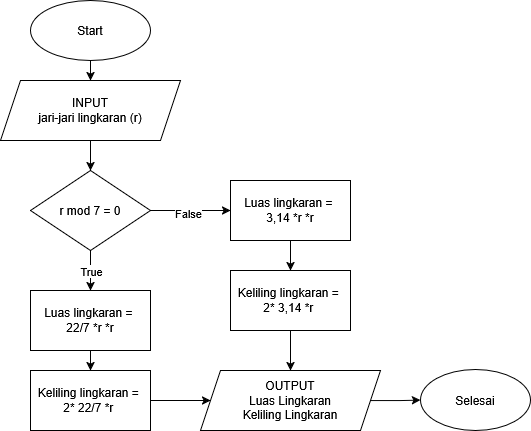
delkafriyo/b9_w1_basic_algotithm keeps this draw.io diagram as minitask-algoritma-4.drawio.png. Above is the earlier version. Source tidied: cells renumbered, new cells last; positions are measured from the earlier drawing's top-left corner, leaving out a move shared by most shapes. Its diagram source:
```xml
<mxGraphModel>
  <root>
    <mxCell id="0" />
    <mxCell id="1" parent="0" />
    <mxCell id="2" style="edgeStyle=orthogonalEdgeStyle;rounded=0;jettySize=auto;html=1;" parent="1" edge="1" source="3" target="5">
      <mxGeometry relative="1" as="geometry" />
    </mxCell>
    <mxCell id="3" value="Start" style="ellipse;whiteSpace=wrap;html=1;" parent="1" vertex="1">
      <mxGeometry x="30" width="120" height="60" as="geometry" />
    </mxCell>
    <mxCell id="4" style="edgeStyle=orthogonalEdgeStyle;rounded=0;jettySize=auto;html=1;" parent="1" edge="1" source="5">
      <mxGeometry relative="1" as="geometry">
        <mxPoint x="90" y="170" as="targetPoint" />
      </mxGeometry>
    </mxCell>
    <mxCell id="5" value="&lt;div&gt;INPUT&lt;/div&gt;&lt;div&gt;jari-jari lingkaran (r)&lt;/div&gt;" style="shape=parallelogram;perimeter=parallelogramPerimeter;whiteSpace=wrap;html=1;fixedSize=1;" parent="1" vertex="1">
      <mxGeometry y="80" width="180" height="60" as="geometry" />
    </mxCell>
    <mxCell id="6" style="edgeStyle=orthogonalEdgeStyle;rounded=0;jettySize=auto;html=1;" parent="1" edge="1" source="10" target="12">
      <mxGeometry relative="1" as="geometry" />
    </mxCell>
    <mxCell id="7" value="True" style="edgeLabel;html=1;align=center;verticalAlign=middle;" parent="6" vertex="1">
      <mxGeometry relative="1" as="geometry" />
    </mxCell>
    <mxCell id="8" style="edgeStyle=orthogonalEdgeStyle;rounded=0;jettySize=auto;html=1;" parent="1" edge="1" source="10" target="14">
      <mxGeometry relative="1" as="geometry" />
    </mxCell>
    <mxCell id="9" value="False" style="edgeLabel;html=1;align=center;verticalAlign=middle;" parent="8" vertex="1">
      <mxGeometry x="-0.07" y="-2" relative="1" as="geometry" />
    </mxCell>
    <mxCell id="10" value="r mod 7 = 0" style="rhombus;whiteSpace=wrap;html=1;" parent="1" vertex="1">
      <mxGeometry x="30" y="170" width="120" height="80" as="geometry" />
    </mxCell>
    <mxCell id="11" style="edgeStyle=orthogonalEdgeStyle;rounded=0;jettySize=auto;html=1;" parent="1" edge="1" source="12" target="16">
      <mxGeometry relative="1" as="geometry" />
    </mxCell>
    <mxCell id="12" value="&lt;div&gt;Luas lingkaran =&amp;nbsp;&lt;/div&gt;&lt;div&gt;22/7 *r *r&lt;/div&gt;" style="rounded=0;whiteSpace=wrap;html=1;" parent="1" vertex="1">
      <mxGeometry x="30" y="290" width="120" height="60" as="geometry" />
    </mxCell>
    <mxCell id="13" style="edgeStyle=orthogonalEdgeStyle;rounded=0;jettySize=auto;html=1;" parent="1" edge="1" source="14" target="18">
      <mxGeometry relative="1" as="geometry" />
    </mxCell>
    <mxCell id="14" value="&lt;div&gt;Luas lingkaran =&amp;nbsp;&lt;/div&gt;&lt;div&gt;3,14 *r *r&lt;/div&gt;" style="whiteSpace=wrap;html=1;" parent="1" vertex="1">
      <mxGeometry x="230" y="180" width="120" height="60" as="geometry" />
    </mxCell>
    <mxCell id="15" style="edgeStyle=orthogonalEdgeStyle;rounded=0;jettySize=auto;html=1;" parent="1" edge="1" source="16" target="20">
      <mxGeometry relative="1" as="geometry" />
    </mxCell>
    <mxCell id="16" value="&lt;div&gt;Keliling lingkaran =&amp;nbsp;&lt;/div&gt;&lt;div&gt;2* 22/7 *r&amp;nbsp;&lt;/div&gt;" style="rounded=0;whiteSpace=wrap;html=1;" parent="1" vertex="1">
      <mxGeometry x="30" y="370" width="120" height="60" as="geometry" />
    </mxCell>
    <mxCell id="17" style="edgeStyle=orthogonalEdgeStyle;rounded=0;jettySize=auto;html=1;" parent="1" edge="1" source="18" target="20">
      <mxGeometry relative="1" as="geometry" />
    </mxCell>
    <mxCell id="18" value="&lt;div&gt;Keliling lingkaran =&amp;nbsp;&lt;/div&gt;&lt;div&gt;2* 3,14 *r&amp;nbsp;&lt;/div&gt;" style="rounded=0;whiteSpace=wrap;html=1;" parent="1" vertex="1">
      <mxGeometry x="230" y="270" width="120" height="60" as="geometry" />
    </mxCell>
    <mxCell id="19" style="edgeStyle=orthogonalEdgeStyle;rounded=0;jettySize=auto;html=1;" parent="1" edge="1" source="20" target="21">
      <mxGeometry relative="1" as="geometry" />
    </mxCell>
    <mxCell id="20" value="&lt;div&gt;OUTPUT&lt;/div&gt;&lt;div&gt;Luas Lingkaran&lt;/div&gt;&lt;div&gt;Keliling Lingkaran&lt;/div&gt;" style="shape=parallelogram;perimeter=parallelogramPerimeter;whiteSpace=wrap;html=1;fixedSize=1;" parent="1" vertex="1">
      <mxGeometry x="200" y="370" width="180" height="60" as="geometry" />
    </mxCell>
    <mxCell id="21" value="Selesai" style="ellipse;whiteSpace=wrap;html=1;" parent="1" vertex="1">
      <mxGeometry x="420" y="369" width="110" height="61" as="geometry" />
    </mxCell>
  </root>
</mxGraphModel>
```
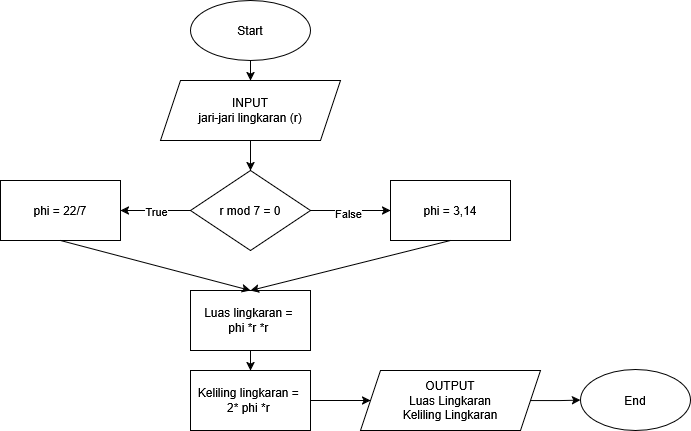
The same diagram one commit later.

Commit message:
minitask-algoritma-4

Change to the diagram source:
```diff
@@ -31,29 +31,25 @@
     <mxCell id="10" value="r mod 7 = 0" style="rhombus;whiteSpace=wrap;html=1;" parent="1" vertex="1">
       <mxGeometry x="30" y="170" width="120" height="80" as="geometry" />
     </mxCell>
-    <mxCell id="11" style="edgeStyle=orthogonalEdgeStyle;rounded=0;jettySize=auto;html=1;" parent="1" edge="1" source="12" target="16">
-      <mxGeometry relative="1" as="geometry" />
-    </mxCell>
-    <mxCell id="12" value="&lt;div&gt;Luas lingkaran =&amp;nbsp;&lt;/div&gt;&lt;div&gt;22/7 *r *r&lt;/div&gt;" style="rounded=0;whiteSpace=wrap;html=1;" parent="1" vertex="1">
-      <mxGeometry x="30" y="290" width="120" height="60" as="geometry" />
+    <mxCell id="12" value="phi = 22/7" style="rounded=0;whiteSpace=wrap;html=1;" parent="1" vertex="1">
+      <mxGeometry x="-160" y="180" width="120" height="60" as="geometry" />
     </mxCell>
-    <mxCell id="13" style="edgeStyle=orthogonalEdgeStyle;rounded=0;jettySize=auto;html=1;" parent="1" edge="1" source="14" target="18">
-      <mxGeometry relative="1" as="geometry" />
-    </mxCell>
-    <mxCell id="14" value="&lt;div&gt;Luas lingkaran =&amp;nbsp;&lt;/div&gt;&lt;div&gt;3,14 *r *r&lt;/div&gt;" style="whiteSpace=wrap;html=1;" parent="1" vertex="1">
+    <mxCell id="14" value="phi = 3,14" style="whiteSpace=wrap;html=1;" parent="1" vertex="1">
       <mxGeometry x="230" y="180" width="120" height="60" as="geometry" />
     </mxCell>
     <mxCell id="15" style="edgeStyle=orthogonalEdgeStyle;rounded=0;jettySize=auto;html=1;" parent="1" edge="1" source="16" target="20">
       <mxGeometry relative="1" as="geometry" />
     </mxCell>
-    <mxCell id="16" value="&lt;div&gt;Keliling lingkaran =&amp;nbsp;&lt;/div&gt;&lt;div&gt;2* 22/7 *r&amp;nbsp;&lt;/div&gt;" style="rounded=0;whiteSpace=wrap;html=1;" parent="1" vertex="1">
+    <mxCell id="16" value="&lt;div&gt;Keliling lingkaran =&amp;nbsp;&lt;/div&gt;&lt;div&gt;2* phi *r&amp;nbsp;&lt;/div&gt;" style="rounded=0;whiteSpace=wrap;html=1;" parent="1" vertex="1">
       <mxGeometry x="30" y="370" width="120" height="60" as="geometry" />
     </mxCell>
-    <mxCell id="17" style="edgeStyle=orthogonalEdgeStyle;rounded=0;jettySize=auto;html=1;" parent="1" edge="1" source="18" target="20">
-      <mxGeometry relative="1" as="geometry" />
+    <mxCell id="17" style="edgeStyle=orthogonalEdgeStyle;rounded=0;jettySize=auto;html=1;exitX=0.5;exitY=1;exitDx=0;exitDy=0;" parent="1" edge="1" source="18">
+      <mxGeometry relative="1" as="geometry">
+        <mxPoint x="90" y="370" as="targetPoint" />
+      </mxGeometry>
     </mxCell>
-    <mxCell id="18" value="&lt;div&gt;Keliling lingkaran =&amp;nbsp;&lt;/div&gt;&lt;div&gt;2* 3,14 *r&amp;nbsp;&lt;/div&gt;" style="rounded=0;whiteSpace=wrap;html=1;" parent="1" vertex="1">
-      <mxGeometry x="230" y="270" width="120" height="60" as="geometry" />
+    <mxCell id="18" value="&lt;div&gt;Luas lingkaran =&amp;nbsp;&lt;/div&gt;&lt;div&gt;phi *r *r&amp;nbsp;&lt;/div&gt;" style="rounded=0;whiteSpace=wrap;html=1;" parent="1" vertex="1">
+      <mxGeometry x="30" y="290" width="120" height="60" as="geometry" />
     </mxCell>
     <mxCell id="19" style="edgeStyle=orthogonalEdgeStyle;rounded=0;jettySize=auto;html=1;" parent="1" edge="1" source="20" target="21">
       <mxGeometry relative="1" as="geometry" />
@@ -61,8 +57,16 @@
     <mxCell id="20" value="&lt;div&gt;OUTPUT&lt;/div&gt;&lt;div&gt;Luas Lingkaran&lt;/div&gt;&lt;div&gt;Keliling Lingkaran&lt;/div&gt;" style="shape=parallelogram;perimeter=parallelogramPerimeter;whiteSpace=wrap;html=1;fixedSize=1;" parent="1" vertex="1">
       <mxGeometry x="200" y="370" width="180" height="60" as="geometry" />
     </mxCell>
-    <mxCell id="21" value="Selesai" style="ellipse;whiteSpace=wrap;html=1;" parent="1" vertex="1">
+    <mxCell id="21" value="End" style="ellipse;whiteSpace=wrap;html=1;" parent="1" vertex="1">
       <mxGeometry x="420" y="369" width="110" height="61" as="geometry" />
     </mxCell>
+    <mxCell id="13" style="endArrow=classic;html=1;rounded=0;entryX=0.5;entryY=0;entryDx=0;entryDy=0;exitX=0.5;exitY=1;exitDx=0;exitDy=0;" parent="1" edge="1" source="14" target="18">
+      <mxGeometry relative="1" as="geometry" />
+    </mxCell>
+    <mxCell id="22" style="endArrow=classic;html=1;rounded=0;exitX=0.5;exitY=1;exitDx=0;exitDy=0;" parent="1" edge="1" source="12">
+      <mxGeometry relative="1" as="geometry">
+        <mxPoint x="90" y="290" as="targetPoint" />
+      </mxGeometry>
+    </mxCell>
   </root>
 </mxGraphModel>
```
